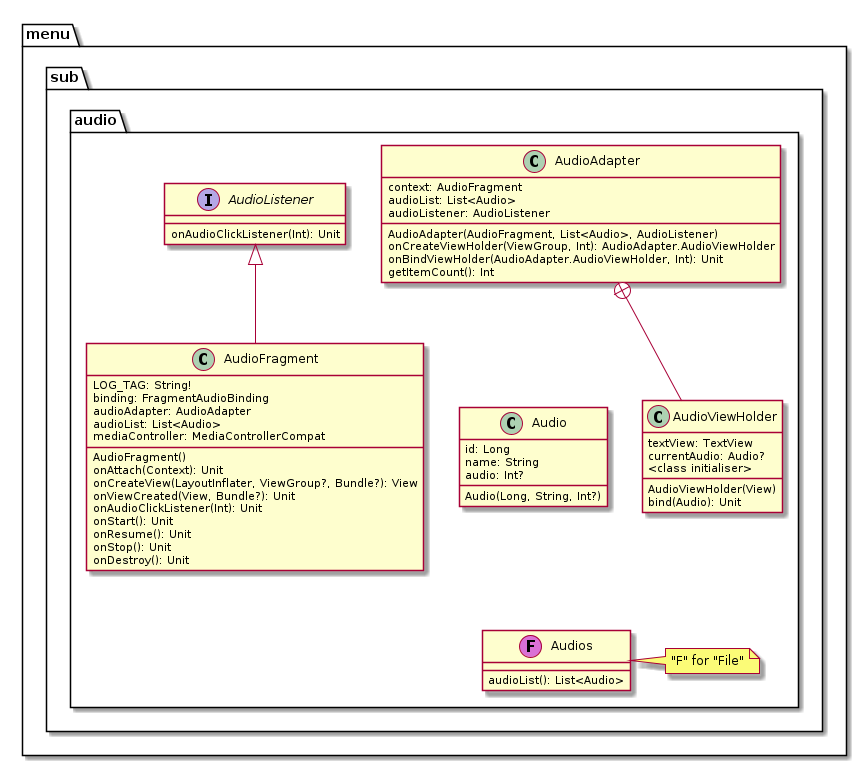
Earlier version of the PlantUML export Documents/packageAudio_new.png (vertigonale/botify2).
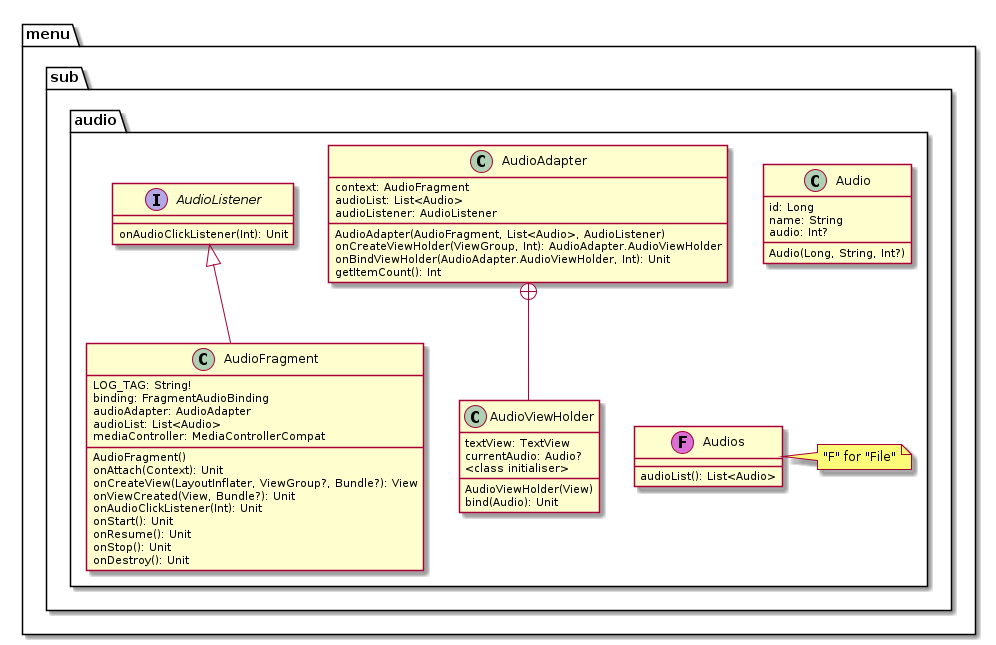
The same diagram one commit later.

The edit, as a diff of the source:
```diff
@@ -61,7 +61,6 @@
     AudioAdapter +-- AudioViewHolder
 
     Audio-[hidden]-> Audios
-    AudioViewHolder -[hidden]-> Audios
     AudioAdapter-[hidden]>Audio
 
 @enduml
```
